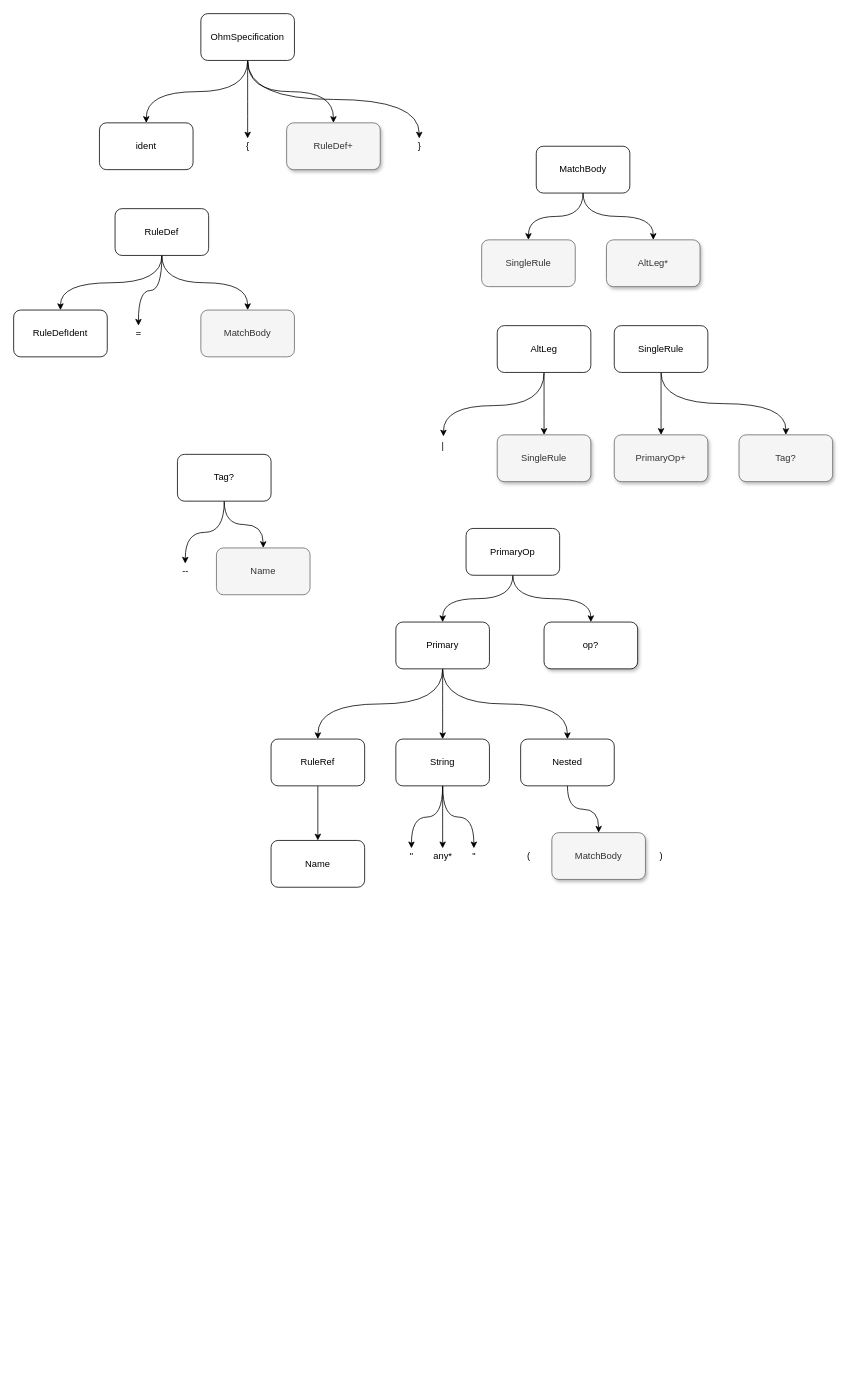
Above: page "Page-1" (1 of 2) of ohm-hierarchy.drawio in guitarvydas/slread (draw.io), before the change. Source tidied: cells renumbered, new cells numbered last; positions are measured from the earlier drawing's top-left corner, leaving out a move shared by most shapes. Both pictures are drawn from the tidied source at 78%, with x=0, y=0 at pixel (13, 13).
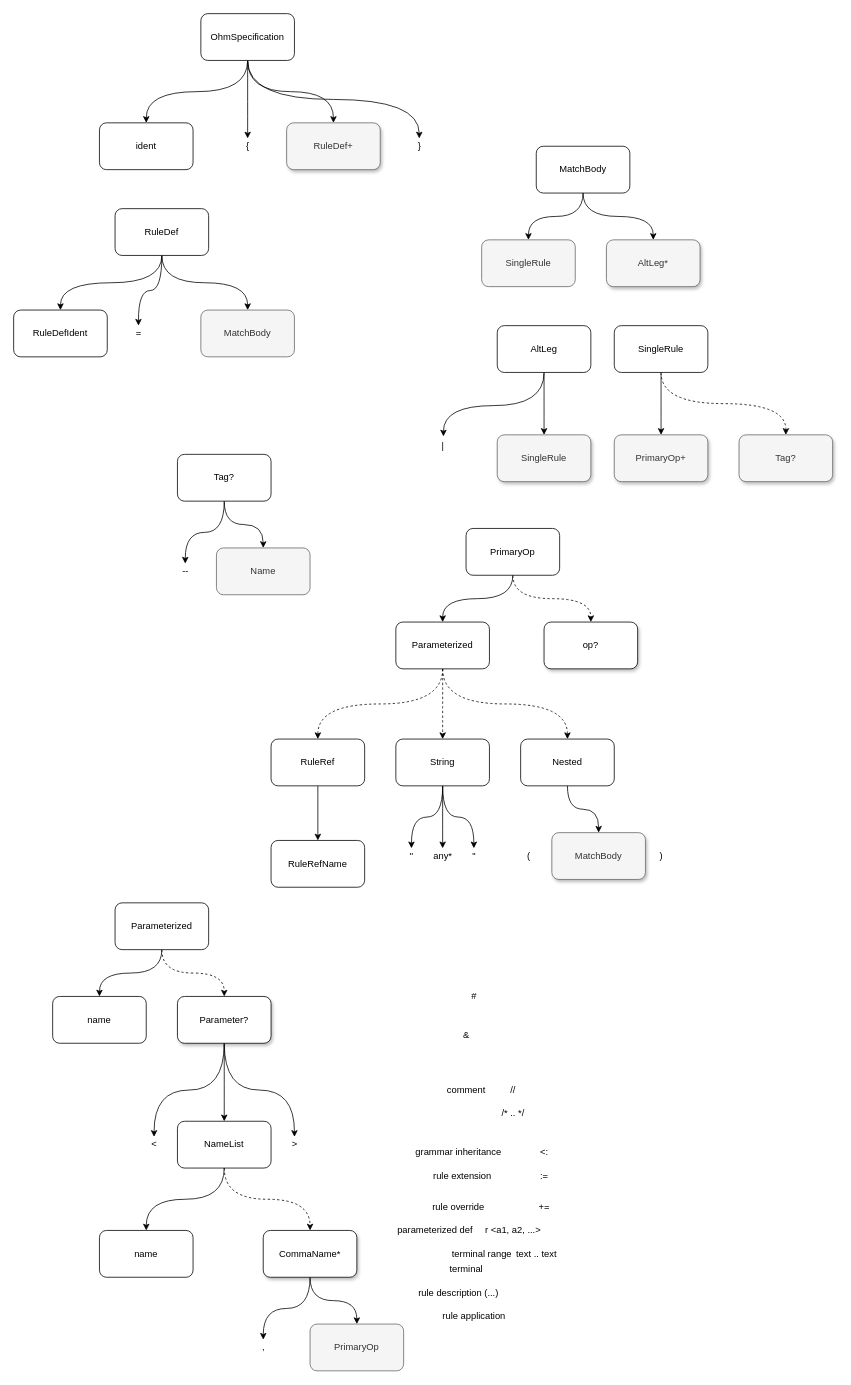
The same page after the edit.

Commit message (it also covers changes not shown here):
diagram of ohm hierarchy

The change refers to these unchanged cells:
```xml
<mxCell id="9" value="RuleRef" style="rounded=1;whiteSpace=wrap;html=1;" parent="1" vertex="1">
  <mxGeometry x="330" y="930" width="120" height="60" as="geometry" />
</mxCell>
<mxCell id="13" value="String" style="rounded=1;whiteSpace=wrap;html=1;" parent="1" vertex="1">
  <mxGeometry x="490" y="930" width="120" height="60" as="geometry" />
</mxCell>
<mxCell id="19" value="Nested" style="rounded=1;whiteSpace=wrap;html=1;" parent="1" vertex="1">
  <mxGeometry x="650" y="930" width="120" height="60" as="geometry" />
</mxCell>
<mxCell id="25" value="PrimaryOp" style="rounded=1;whiteSpace=wrap;html=1;" parent="1" vertex="1">
  <mxGeometry x="580" y="660" width="120" height="60" as="geometry" />
</mxCell>
<mxCell id="26" value="op?" style="rounded=1;whiteSpace=wrap;html=1;shadow=1;" parent="1" vertex="1">
  <mxGeometry x="680" y="780" width="120" height="60" as="geometry" />
</mxCell>
<mxCell id="44" value="SingleRule" style="rounded=1;whiteSpace=wrap;html=1;" parent="1" vertex="1">
  <mxGeometry x="770" y="400" width="120" height="60" as="geometry" />
</mxCell>
```

What changed in the source:
```diff
@@
-    <mxCell id="14" style="edgeStyle=orthogonalEdgeStyle;curved=1;jettySize=auto;html=1;exitX=0.5;exitY=1;exitDx=0;exitDy=0;" parent="1" edge="1" source="17" target="9">
+    <mxCell id="14" style="edgeStyle=orthogonalEdgeStyle;curved=1;jettySize=auto;html=1;exitX=0.5;exitY=1;exitDx=0;exitDy=0;dashed=1;" parent="1" edge="1" source="17" target="9">
       <mxGeometry relative="1" as="geometry" />
     </mxCell>
-    <mxCell id="15" style="edgeStyle=orthogonalEdgeStyle;curved=1;jettySize=auto;html=1;entryX=0.5;entryY=0;entryDx=0;entryDy=0;" parent="1" edge="1" source="17" target="13">
+    <mxCell id="15" style="edgeStyle=orthogonalEdgeStyle;curved=1;jettySize=auto;html=1;entryX=0.5;entryY=0;entryDx=0;entryDy=0;dashed=1;" parent="1" edge="1" source="17" target="13">
       <mxGeometry relative="1" as="geometry" />
     </mxCell>
-    <mxCell id="16" style="edgeStyle=orthogonalEdgeStyle;curved=1;jettySize=auto;html=1;entryX=0.5;entryY=0;entryDx=0;entryDy=0;exitX=0.5;exitY=1;exitDx=0;exitDy=0;" parent="1" edge="1" source="17" target="19">
+    <mxCell id="16" style="edgeStyle=orthogonalEdgeStyle;curved=1;jettySize=auto;html=1;entryX=0.5;entryY=0;entryDx=0;entryDy=0;exitX=0.5;exitY=1;exitDx=0;exitDy=0;dashed=1;" parent="1" edge="1" source="17" target="19">
       <mxGeometry relative="1" as="geometry" />
     </mxCell>
-    <mxCell id="17" value="Primary" style="rounded=1;whiteSpace=wrap;html=1;" parent="1" vertex="1">
+    <mxCell id="17" value="Parameterized" style="rounded=1;whiteSpace=wrap;html=1;" parent="1" vertex="1">
       <mxGeometry x="490" y="780" width="120" height="60" as="geometry" />
     </mxCell>
@@
-    <mxCell id="24" style="edgeStyle=orthogonalEdgeStyle;curved=1;jettySize=auto;html=1;exitX=0.5;exitY=1;exitDx=0;exitDy=0;entryX=0.5;entryY=0;entryDx=0;entryDy=0;" parent="1" edge="1" source="25" target="26">
+    <mxCell id="24" style="edgeStyle=orthogonalEdgeStyle;curved=1;jettySize=auto;html=1;exitX=0.5;exitY=1;exitDx=0;exitDy=0;entryX=0.5;entryY=0;entryDx=0;entryDy=0;dashed=1;" parent="1" edge="1" source="25" target="26">
       <mxGeometry relative="1" as="geometry" />
     </mxCell>
@@
-    <mxCell id="32" value="Name" style="rounded=1;whiteSpace=wrap;html=1;" parent="1" vertex="1">
+    <mxCell id="32" value="RuleRefName" style="rounded=1;whiteSpace=wrap;html=1;" parent="1" vertex="1">
       <mxGeometry x="330" y="1060" width="120" height="60" as="geometry" />
     </mxCell>
@@
-    <mxCell id="43" style="edgeStyle=orthogonalEdgeStyle;curved=1;jettySize=auto;html=1;exitX=0.5;exitY=1;exitDx=0;exitDy=0;" parent="1" edge="1" source="44">
+    <mxCell id="43" style="edgeStyle=orthogonalEdgeStyle;curved=1;jettySize=auto;html=1;exitX=0.5;exitY=1;exitDx=0;exitDy=0;dashed=1;" parent="1" edge="1" source="44">
       <mxGeometry relative="1" as="geometry">
         <mxPoint x="990" y="540" as="targetPoint" />
       </mxGeometry>
     </mxCell>
@@
+    <mxCell id="61" style="edgeStyle=orthogonalEdgeStyle;curved=1;jettySize=auto;html=1;exitX=0.5;exitY=1;exitDx=0;exitDy=0;entryX=0.5;entryY=0;entryDx=0;entryDy=0;" parent="1" edge="1" source="64" target="69">
+      <mxGeometry relative="1" as="geometry" />
+    </mxCell>
+    <mxCell id="62" style="edgeStyle=orthogonalEdgeStyle;curved=1;jettySize=auto;html=1;exitX=0.5;exitY=1;exitDx=0;exitDy=0;" parent="1" edge="1" source="64" target="65">
+      <mxGeometry relative="1" as="geometry" />
+    </mxCell>
+    <mxCell id="63" style="edgeStyle=orthogonalEdgeStyle;curved=1;jettySize=auto;html=1;exitX=0.5;exitY=1;exitDx=0;exitDy=0;" parent="1" edge="1" source="64" target="70">
+      <mxGeometry relative="1" as="geometry" />
+    </mxCell>
+    <mxCell id="64" value="Parameter?" style="rounded=1;whiteSpace=wrap;html=1;shadow=1;" parent="1" vertex="1">
+      <mxGeometry x="210" y="1260" width="120" height="60" as="geometry" />
+    </mxCell>
+    <mxCell id="65" value="&amp;lt;" style="text;html=1;align=center;verticalAlign=middle;points=[];strokeColor=none;" parent="1" vertex="1">
+      <mxGeometry x="170" y="1440" width="20" height="20" as="geometry" />
+    </mxCell>
+    <mxCell id="66" value="name" style="rounded=1;whiteSpace=wrap;html=1;" parent="1" vertex="1">
+      <mxGeometry x="50" y="1260" width="120" height="60" as="geometry" />
+    </mxCell>
+    <mxCell id="67" style="edgeStyle=orthogonalEdgeStyle;curved=1;jettySize=auto;html=1;exitX=0.5;exitY=1;exitDx=0;exitDy=0;entryX=0.5;entryY=0;entryDx=0;entryDy=0;" parent="1" edge="1" source="69" target="71">
+      <mxGeometry relative="1" as="geometry" />
+    </mxCell>
+    <mxCell id="68" style="edgeStyle=orthogonalEdgeStyle;curved=1;jettySize=auto;html=1;exitX=0.5;exitY=1;exitDx=0;exitDy=0;entryX=0.5;entryY=0;entryDx=0;entryDy=0;dashed=1;" parent="1" edge="1" source="69" target="74">
+      <mxGeometry relative="1" as="geometry" />
+    </mxCell>
+    <mxCell id="69" value="NameList" style="rounded=1;whiteSpace=wrap;html=1;" parent="1" vertex="1">
+      <mxGeometry x="210" y="1420" width="120" height="60" as="geometry" />
+    </mxCell>
+    <mxCell id="70" value="&amp;gt;" style="text;html=1;align=center;verticalAlign=middle;points=[];strokeColor=none;" parent="1" vertex="1">
+      <mxGeometry x="350" y="1440" width="20" height="20" as="geometry" />
+    </mxCell>
+    <mxCell id="71" value="name" style="rounded=1;whiteSpace=wrap;html=1;" parent="1" vertex="1">
+      <mxGeometry x="110" y="1560" width="120" height="60" as="geometry" />
+    </mxCell>
+    <mxCell id="72" style="edgeStyle=orthogonalEdgeStyle;curved=1;jettySize=auto;html=1;exitX=0.5;exitY=1;exitDx=0;exitDy=0;" parent="1" edge="1" source="74" target="76">
+      <mxGeometry relative="1" as="geometry" />
+    </mxCell>
+    <mxCell id="73" style="edgeStyle=orthogonalEdgeStyle;curved=1;jettySize=auto;html=1;exitX=0.5;exitY=1;exitDx=0;exitDy=0;" parent="1" edge="1" source="74" target="75">
+      <mxGeometry relative="1" as="geometry" />
+    </mxCell>
+    <mxCell id="74" value="CommaName*" style="rounded=1;whiteSpace=wrap;html=1;shadow=1;" parent="1" vertex="1">
+      <mxGeometry x="320" y="1560" width="120" height="60" as="geometry" />
+    </mxCell>
+    <mxCell id="75" value="PrimaryOp" style="rounded=1;whiteSpace=wrap;html=1;fillColor=#f5f5f5;strokeColor=#666666;fontColor=#333333;" parent="1" vertex="1">
+      <mxGeometry x="380" y="1680" width="120" height="60" as="geometry" />
+    </mxCell>
+    <mxCell id="76" value="," style="text;html=1;align=center;verticalAlign=middle;points=[];strokeColor=none;" parent="1" vertex="1">
+      <mxGeometry x="310" y="1700" width="20" height="20" as="geometry" />
+    </mxCell>
+    <mxCell id="77" style="edgeStyle=orthogonalEdgeStyle;curved=1;jettySize=auto;html=1;exitX=0.5;exitY=1;exitDx=0;exitDy=0;entryX=0.5;entryY=0;entryDx=0;entryDy=0;" parent="1" edge="1" source="79" target="66">
+      <mxGeometry relative="1" as="geometry" />
+    </mxCell>
+    <mxCell id="78" style="edgeStyle=orthogonalEdgeStyle;curved=1;jettySize=auto;html=1;exitX=0.5;exitY=1;exitDx=0;exitDy=0;entryX=0.5;entryY=0;entryDx=0;entryDy=0;dashed=1;" parent="1" edge="1" source="79" target="64">
+      <mxGeometry relative="1" as="geometry" />
+    </mxCell>
+    <mxCell id="79" value="Parameterized" style="rounded=1;whiteSpace=wrap;html=1;" parent="1" vertex="1">
+      <mxGeometry x="130" y="1140" width="120" height="60" as="geometry" />
+    </mxCell>
+    <mxCell id="80" value="#" style="text;html=1;align=center;verticalAlign=middle;strokeColor=none;" parent="1" vertex="1">
+      <mxGeometry x="580" y="1250" width="20" height="20" as="geometry" />
+    </mxCell>
+    <mxCell id="81" value="&amp;amp;" style="text;html=1;align=center;verticalAlign=middle;strokeColor=none;" parent="1" vertex="1">
+      <mxGeometry x="570" y="1300" width="20" height="20" as="geometry" />
+    </mxCell>
+    <mxCell id="82" value="comment" style="text;html=1;align=center;verticalAlign=middle;strokeColor=none;" parent="1" vertex="1">
+      <mxGeometry x="550" y="1370" width="60" height="20" as="geometry" />
+    </mxCell>
+    <mxCell id="83" value="//" style="text;html=1;align=center;verticalAlign=middle;strokeColor=none;" parent="1" vertex="1">
+      <mxGeometry x="630" y="1370" width="20" height="20" as="geometry" />
+    </mxCell>
+    <mxCell id="84" value="/* .. */" style="text;html=1;align=center;verticalAlign=middle;strokeColor=none;" parent="1" vertex="1">
+      <mxGeometry x="620" y="1400" width="40" height="20" as="geometry" />
+    </mxCell>
+    <mxCell id="85" value="grammar inheritance" style="text;html=1;align=center;verticalAlign=middle;strokeColor=none;" parent="1" vertex="1">
+      <mxGeometry x="505" y="1450" width="130" height="20" as="geometry" />
+    </mxCell>
+    <mxCell id="86" value="&amp;lt;:" style="text;html=1;align=center;verticalAlign=middle;strokeColor=none;" parent="1" vertex="1">
+      <mxGeometry x="665" y="1450" width="30" height="20" as="geometry" />
+    </mxCell>
+    <mxCell id="87" value="rule extension" style="text;html=1;align=center;verticalAlign=middle;strokeColor=none;" parent="1" vertex="1">
+      <mxGeometry x="530" y="1480" width="90" height="20" as="geometry" />
+    </mxCell>
+    <mxCell id="88" value="rule override" style="text;html=1;align=center;verticalAlign=middle;strokeColor=none;" parent="1" vertex="1">
+      <mxGeometry x="530" y="1520" width="80" height="20" as="geometry" />
+    </mxCell>
+    <mxCell id="89" value=":=" style="text;html=1;align=center;verticalAlign=middle;strokeColor=none;" parent="1" vertex="1">
+      <mxGeometry x="665" y="1480" width="30" height="20" as="geometry" />
+    </mxCell>
+    <mxCell id="90" value="+=" style="text;html=1;align=center;verticalAlign=middle;strokeColor=none;" parent="1" vertex="1">
+      <mxGeometry x="665" y="1520" width="30" height="20" as="geometry" />
+    </mxCell>
+    <mxCell id="91" value="parameterized def" style="text;html=1;align=center;verticalAlign=middle;strokeColor=none;" parent="1" vertex="1">
+      <mxGeometry x="485" y="1550" width="110" height="20" as="geometry" />
+    </mxCell>
+    <mxCell id="92" value="r &amp;lt;a1, a2, ...&amp;gt;" style="text;html=1;align=center;verticalAlign=middle;strokeColor=none;" parent="1" vertex="1">
+      <mxGeometry x="595" y="1550" width="90" height="20" as="geometry" />
+    </mxCell>
+    <mxCell id="93" value="terminal range" style="text;html=1;align=center;verticalAlign=middle;strokeColor=none;" parent="1" vertex="1">
+      <mxGeometry x="555" y="1580" width="90" height="20" as="geometry" />
+    </mxCell>
+    <mxCell id="94" value="text .. text" style="text;html=1;align=center;verticalAlign=middle;strokeColor=none;" parent="1" vertex="1">
+      <mxGeometry x="635" y="1580" width="70" height="20" as="geometry" />
+    </mxCell>
+    <mxCell id="95" value="terminal" style="text;html=1;align=center;verticalAlign=middle;strokeColor=none;" parent="1" vertex="1">
+      <mxGeometry x="550" y="1600" width="60" height="20" as="geometry" />
+    </mxCell>
+    <mxCell id="96" value="rule description (...)" style="text;html=1;align=center;verticalAlign=middle;strokeColor=none;" parent="1" vertex="1">
+      <mxGeometry x="510" y="1630" width="120" height="20" as="geometry" />
+    </mxCell>
+    <mxCell id="97" value="rule application" style="text;html=1;align=center;verticalAlign=middle;strokeColor=none;" parent="1" vertex="1">
+      <mxGeometry x="540" y="1660" width="100" height="20" as="geometry" />
+    </mxCell>
```
